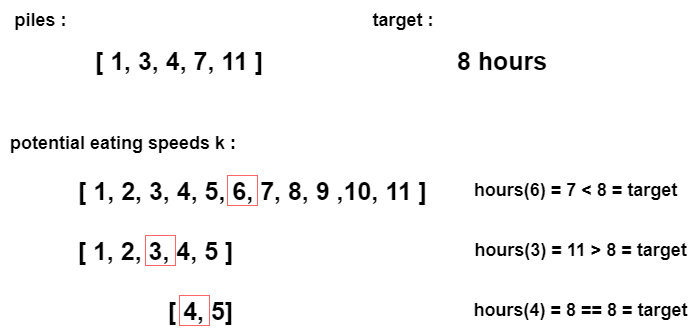
Earlier version of the draw.io export Python3/img/KokoBananas.png (ashiven/leetcode-solutions). Source tidied: cells renumbered, new cells last; positions are measured from the earlier drawing's top-left corner, leaving out a move shared by most shapes.
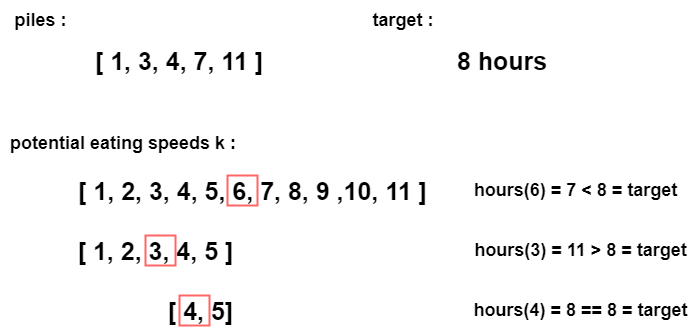
After the change.

What changed in the source:
```diff
@@ -5,7 +5,7 @@
     <mxCell id="2" value="&lt;font style=&quot;font-size: 25px;&quot;&gt;&lt;span&gt;&amp;nbsp;[ 1, 3, 4, 7, 11 ]&lt;/span&gt;&lt;/font&gt;" style="text;html=1;align=center;verticalAlign=middle;strokeColor=none;fillColor=none;fontStyle=1;" parent="1" vertex="1">
       <mxGeometry x="75" y="40" width="200" height="40" as="geometry" />
     </mxCell>
-    <mxCell id="3" value="&lt;font style=&quot;font-size: 18px;&quot;&gt;potential eating speeds k :&amp;nbsp;&lt;/font&gt;" style="text;html=1;align=center;verticalAlign=middle;strokeColor=none;fillColor=none;fontStyle=1;" parent="1" vertex="1">
+    <mxCell id="3" value="&lt;font style=&quot;font-size: 18px;&quot;&gt;potential eating speeds k :&amp;nbsp;&lt;/font&gt;" style="text;html=1;align=center;verticalAlign=middle;strokeColor=none;fillColor=none;fontStyle=1;strokeWidth=2;" parent="1" vertex="1">
       <mxGeometry y="123" width="250" height="40" as="geometry" />
     </mxCell>
     <mxCell id="4" value="&lt;font style=&quot;font-size: 25px;&quot;&gt;&lt;span&gt;[ 1, 2, 3, 4, 5, 6, 7, 8, 9 ,10, 11 ]&lt;/span&gt;&lt;/font&gt;" style="text;html=1;align=center;verticalAlign=middle;strokeColor=none;fillColor=none;fontStyle=1;" parent="1" vertex="1">
@@ -14,7 +14,7 @@
     <mxCell id="5" value="&lt;font style=&quot;font-size: 18px;&quot;&gt;piles :&lt;/font&gt;" style="text;html=1;align=center;verticalAlign=middle;strokeColor=none;fillColor=none;fontStyle=1;" parent="1" vertex="1">
       <mxGeometry width="80" height="40" as="geometry" />
     </mxCell>
-    <mxCell id="6" style="whiteSpace=wrap;html=1;fillColor=none;strokeColor=#FF6666;fontStyle=1;" parent="1" vertex="1">
+    <mxCell id="6" style="whiteSpace=wrap;html=1;fillColor=none;strokeColor=#FF6666;fontStyle=1;strokeWidth=2;" parent="1" vertex="1">
       <mxGeometry x="227" y="175" width="30" height="30" as="geometry" />
     </mxCell>
     <mxCell id="7" value="&lt;font style=&quot;font-size: 18px;&quot;&gt;hours(6) = 7 &amp;lt; 8 = target&lt;/font&gt;" style="text;html=1;align=center;verticalAlign=middle;strokeColor=none;fillColor=none;fontStyle=1;" parent="1" vertex="1">
@@ -26,19 +26,19 @@
     <mxCell id="9" value="&lt;font style=&quot;font-size: 25px;&quot;&gt;&lt;span&gt;8 hours&amp;nbsp;&lt;/span&gt;&lt;/font&gt;" style="text;html=1;align=center;verticalAlign=middle;strokeColor=none;fillColor=none;fontStyle=1;" parent="1" vertex="1">
       <mxGeometry x="445" y="40" width="120" height="40" as="geometry" />
     </mxCell>
-    <mxCell id="10" value="&lt;font style=&quot;font-size: 25px;&quot;&gt;&lt;span&gt;[ 1, 2, 3, 4, 5 ]&lt;/span&gt;&lt;/font&gt;" style="text;html=1;align=center;verticalAlign=middle;strokeColor=none;fillColor=none;fontStyle=1;" parent="1" vertex="1">
+    <mxCell id="10" value="&lt;font style=&quot;font-size: 25px;&quot;&gt;&lt;span&gt;[ 1, 2, 3, 4, 5 ]&lt;/span&gt;&lt;/font&gt;" style="text;html=1;align=center;verticalAlign=middle;strokeColor=none;fillColor=none;fontStyle=1;strokeWidth=2;" parent="1" vertex="1">
       <mxGeometry x="65" y="230" width="180" height="40" as="geometry" />
     </mxCell>
-    <mxCell id="11" style="whiteSpace=wrap;html=1;fillColor=none;strokeColor=#FF6666;fontStyle=1;" parent="1" vertex="1">
+    <mxCell id="11" style="whiteSpace=wrap;html=1;fillColor=none;strokeColor=#FF6666;fontStyle=1;strokeWidth=2;" parent="1" vertex="1">
       <mxGeometry x="145" y="235" width="30" height="30" as="geometry" />
     </mxCell>
     <mxCell id="12" value="&lt;font style=&quot;font-size: 18px;&quot;&gt;hours(3) = 11 &amp;gt; 8 = target&lt;/font&gt;" style="text;html=1;align=center;verticalAlign=middle;strokeColor=none;fillColor=none;fontStyle=1;" parent="1" vertex="1">
       <mxGeometry x="460" y="230" width="240" height="40" as="geometry" />
     </mxCell>
-    <mxCell id="13" value="&lt;font style=&quot;font-size: 25px;&quot;&gt;&lt;span&gt;[ 4, 5]&lt;/span&gt;&lt;/font&gt;" style="text;html=1;align=center;verticalAlign=middle;strokeColor=none;fillColor=none;fontStyle=1;" parent="1" vertex="1">
+    <mxCell id="13" value="&lt;font style=&quot;font-size: 25px;&quot;&gt;&lt;span&gt;[ 4, 5]&lt;/span&gt;&lt;/font&gt;" style="text;html=1;align=center;verticalAlign=middle;strokeColor=none;fillColor=none;fontStyle=1;strokeWidth=2;" parent="1" vertex="1">
       <mxGeometry x="155" y="290" width="90" height="40" as="geometry" />
     </mxCell>
-    <mxCell id="14" style="whiteSpace=wrap;html=1;fillColor=none;strokeColor=#FF6666;fontStyle=1;" parent="1" vertex="1">
+    <mxCell id="14" style="whiteSpace=wrap;html=1;fillColor=none;strokeColor=#FF6666;fontStyle=1;strokeWidth=2;" parent="1" vertex="1">
       <mxGeometry x="179" y="295" width="30" height="30" as="geometry" />
     </mxCell>
     <mxCell id="15" value="&lt;font style=&quot;font-size: 18px;&quot;&gt;hours(4) = 8 == 8 = target&lt;/font&gt;" style="text;html=1;align=center;verticalAlign=middle;strokeColor=none;fillColor=none;fontStyle=1;" parent="1" vertex="1">
```
